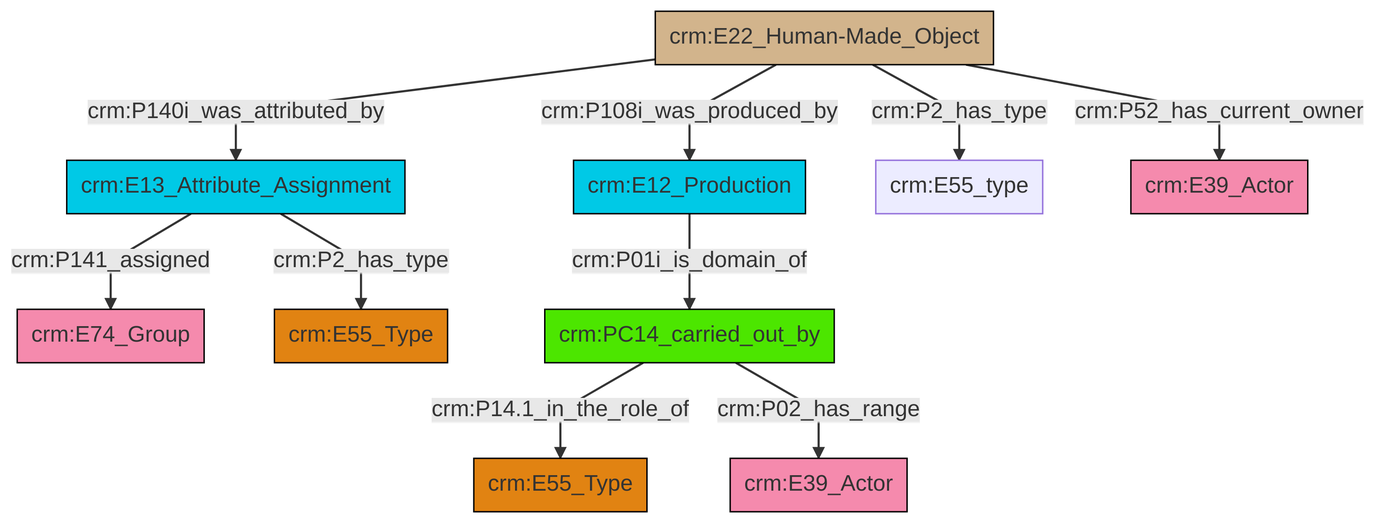
Before: et/builtWorkCSV/ttl/mmd/png/Built_Work_actor_relations.png, a diagram exported from Mermaid (swiss-art-research-net/reference-data-models). Its source is kept beside it as et/builtWorkCSV/ttl/mmd/Built_Work_actor_relations.ttl.mmd.
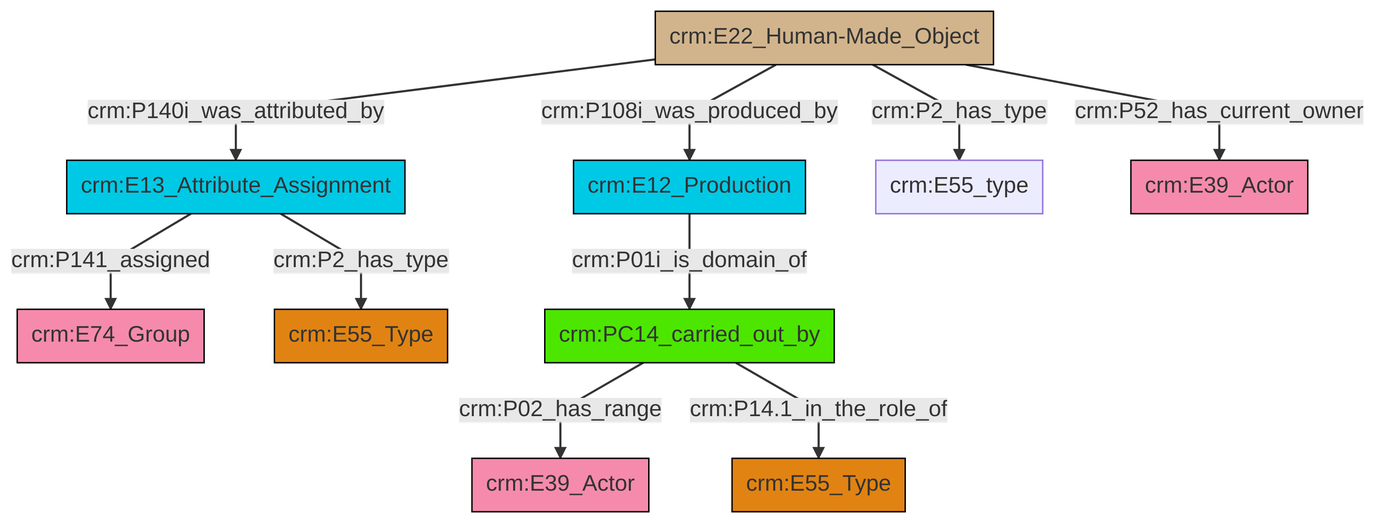
The same file after the commit.

What changed in the source:
```diff
@@ -13,12 +13,12 @@
 classDef PC_Classes fill:#4ce600, stroke:#000000;
 classDef Multi fill:#cccccc,stroke:#000000;
 
-0["crm:E22_Human-Made_Object"]:::Physical_Thing -->|crm:P108i_was_produced_by| 1["crm:E12_Production"]:::Temporal_Entity
-2["crm:E13_Attribute_Assignment"]:::Temporal_Entity -->|crm:P141_assigned| 3["crm:E74_Group"]:::Actor
-0["crm:E22_Human-Made_Object"]:::Physical_Thing -->|crm:P140i_was_attributed_by| 2["crm:E13_Attribute_Assignment"]:::Temporal_Entity
-1["crm:E12_Production"]:::Temporal_Entity -->|crm:P01i_is_domain_of| 13["crm:PC14_carried_out_by"]:::PC_Classes
-0["crm:E22_Human-Made_Object"]:::Physical_Thing -->|crm:P52_has_current_owner| 11["crm:E39_Actor"]:::Actor
-13["crm:PC14_carried_out_by"]:::PC_Classes -->|crm:P14.1_in_the_role_of| 17["crm:E55_Type"]:::Type
-0["crm:E22_Human-Made_Object"]:::Physical_Thing -->|crm:P2_has_type| 4["crm:E55_type"]:::Default
-2["crm:E13_Attribute_Assignment"]:::Temporal_Entity -->|crm:P2_has_type| 7["crm:E55_Type"]:::Type
-13["crm:PC14_carried_out_by"]:::PC_Classes -->|crm:P02_has_range| 9["crm:E39_Actor"]:::Actor
+4["crm:E13_Attribute_Assignment"]:::Temporal_Entity -->|crm:P141_assigned| 5["crm:E74_Group"]:::Actor
+6["crm:E22_Human-Made_Object"]:::Physical_Thing -->|crm:P140i_was_attributed_by| 4["crm:E13_Attribute_Assignment"]:::Temporal_Entity
+6["crm:E22_Human-Made_Object"]:::Physical_Thing -->|crm:P108i_was_produced_by| 7["crm:E12_Production"]:::Temporal_Entity
+7["crm:E12_Production"]:::Temporal_Entity -->|crm:P01i_is_domain_of| 10["crm:PC14_carried_out_by"]:::PC_Classes
+10["crm:PC14_carried_out_by"]:::PC_Classes -->|crm:P02_has_range| 2["crm:E39_Actor"]:::Actor
+4["crm:E13_Attribute_Assignment"]:::Temporal_Entity -->|crm:P2_has_type| 15["crm:E55_Type"]:::Type
+6["crm:E22_Human-Made_Object"]:::Physical_Thing -->|crm:P2_has_type| 0["crm:E55_type"]:::Default
+6["crm:E22_Human-Made_Object"]:::Physical_Thing -->|crm:P52_has_current_owner| 17["crm:E39_Actor"]:::Actor
+10["crm:PC14_carried_out_by"]:::PC_Classes -->|crm:P14.1_in_the_role_of| 12["crm:E55_Type"]:::Type
```
